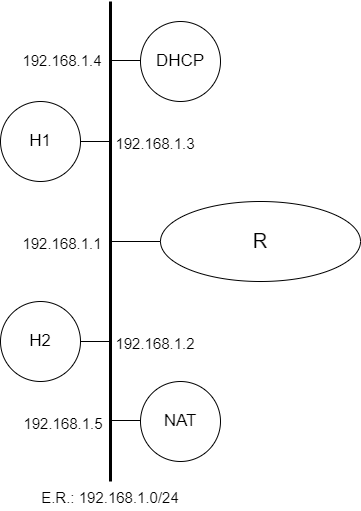
This is docs/img/topologia_experimento4.png from markinlimac/monografia-redes, a draw.io export, as it was before one commit. Source tidied: cells renumbered, new cells last; positions are measured from the earlier drawing's top-left corner, leaving out a move shared by most shapes.
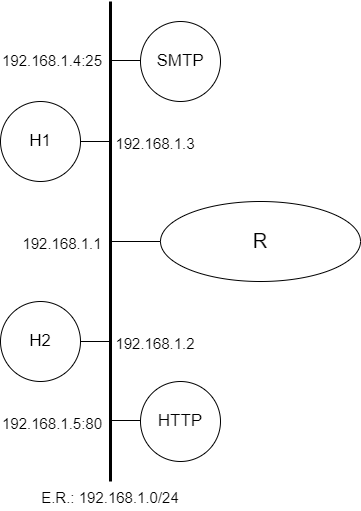
Above is the later version.

The edit, as a diff of the source:
```diff
@@ -46,29 +46,29 @@
     <mxCell id="12" value="&lt;font style=&quot;font-size: 15px;&quot;&gt;E.R.: 192.168.1.0/24&lt;br&gt;&lt;/font&gt;" style="text;html=1;strokeColor=none;fillColor=none;align=center;verticalAlign=middle;whiteSpace=wrap;rounded=0;fontSize=20;" parent="1" vertex="1">
       <mxGeometry x="40" y="479" width="140" height="30" as="geometry" />
     </mxCell>
-    <mxCell id="13" value="&lt;span style=&quot;font-size: 17px;&quot;&gt;DHCP&lt;/span&gt;" style="ellipse;whiteSpace=wrap;html=1;" parent="1" vertex="1">
-      <mxGeometry x="140" y="20" width="80" height="80" as="geometry" />
-    </mxCell>
-    <mxCell id="14" value="&lt;font style=&quot;font-size: 15px;&quot;&gt;192.168.1.4&lt;br&gt;&lt;/font&gt;" style="text;html=1;strokeColor=none;fillColor=none;align=center;verticalAlign=middle;whiteSpace=wrap;rounded=0;fontSize=20;" parent="1" vertex="1">
-      <mxGeometry x="22" y="42" width="80" height="30" as="geometry" />
-    </mxCell>
-    <mxCell id="15" style="endArrow=none;html=1;rounded=0;strokeWidth=1;" parent="1" edge="1">
-      <mxGeometry x="0.07" y="40" relative="1" as="geometry">
-        <mxPoint x="110" y="59" as="sourcePoint" />
-        <mxPoint x="140" y="59" as="targetPoint" />
-      </mxGeometry>
-    </mxCell>
-    <mxCell id="16" value="&lt;font style=&quot;font-size: 17px;&quot;&gt;NAT&lt;/font&gt;" style="ellipse;whiteSpace=wrap;html=1;" parent="1" vertex="1">
-      <mxGeometry x="140" y="380" width="80" height="80" as="geometry" />
-    </mxCell>
-    <mxCell id="17" style="endArrow=none;html=1;rounded=0;strokeWidth=1;" parent="1" edge="1">
-      <mxGeometry x="0.07" y="40" relative="1" as="geometry">
-        <mxPoint x="110" y="419" as="sourcePoint" />
-        <mxPoint x="140" y="419" as="targetPoint" />
-      </mxGeometry>
-    </mxCell>
-    <mxCell id="18" value="&lt;font style=&quot;font-size: 15px;&quot;&gt;192.168.1.5&lt;br&gt;&lt;/font&gt;" style="text;html=1;strokeColor=none;fillColor=none;align=center;verticalAlign=middle;whiteSpace=wrap;rounded=0;fontSize=20;" parent="1" vertex="1">
-      <mxGeometry x="23" y="405" width="80" height="30" as="geometry" />
-    </mxCell>
+    <mxCell id="19" value="&lt;span style=&quot;font-size: 17px;&quot;&gt;SMTP&lt;/span&gt;" style="ellipse;whiteSpace=wrap;html=1;" parent="1" vertex="1">
+      <mxGeometry x="140" y="20" width="80" height="80" as="geometry" />
+    </mxCell>
+    <mxCell id="20" style="endArrow=none;html=1;rounded=0;strokeWidth=1;" parent="1" edge="1">
+      <mxGeometry x="0.07" y="40" relative="1" as="geometry">
+        <mxPoint x="110" y="59" as="sourcePoint" />
+        <mxPoint x="140" y="59" as="targetPoint" />
+      </mxGeometry>
+    </mxCell>
+    <mxCell id="21" value="&lt;font style=&quot;font-size: 15px;&quot;&gt;192.168.1.4:25&lt;br&gt;&lt;/font&gt;" style="text;html=1;strokeColor=none;fillColor=none;align=center;verticalAlign=middle;whiteSpace=wrap;rounded=0;fontSize=20;" parent="1" vertex="1">
+      <mxGeometry x="12" y="42" width="80" height="30" as="geometry" />
+    </mxCell>
+    <mxCell id="22" value="&lt;font style=&quot;font-size: 17px;&quot;&gt;HTTP&lt;/font&gt;" style="ellipse;whiteSpace=wrap;html=1;" parent="1" vertex="1">
+      <mxGeometry x="140" y="380" width="80" height="80" as="geometry" />
+    </mxCell>
+    <mxCell id="23" style="endArrow=none;html=1;rounded=0;strokeWidth=1;" parent="1" edge="1">
+      <mxGeometry x="0.07" y="40" relative="1" as="geometry">
+        <mxPoint x="110" y="419" as="sourcePoint" />
+        <mxPoint x="140" y="419" as="targetPoint" />
+      </mxGeometry>
+    </mxCell>
+    <mxCell id="24" value="&lt;font style=&quot;font-size: 15px;&quot;&gt;192.168.1.5:80&lt;br&gt;&lt;/font&gt;" style="text;html=1;strokeColor=none;fillColor=none;align=center;verticalAlign=middle;whiteSpace=wrap;rounded=0;fontSize=20;" parent="1" vertex="1">
+      <mxGeometry x="12" y="405" width="80" height="30" as="geometry" />
+    </mxCell>
   </root>
 </mxGraphModel>
```
